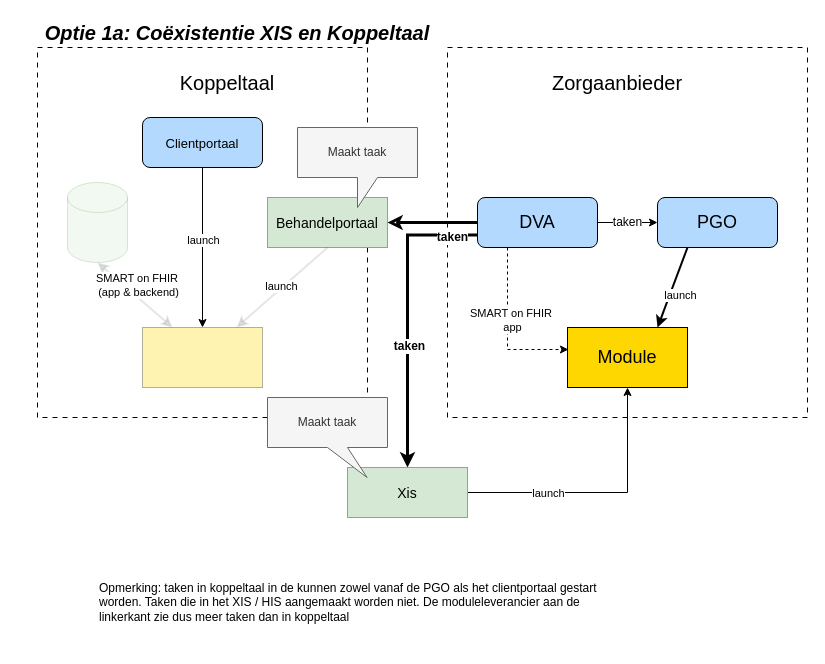
Earlier version of the draw.io diagram input/images/koppeltaal/optie1a.drawio (KoppelMij/koppelmij-designs). Source tidied: cells renumbered, new cells numbered last; positions are measured from the earlier drawing's top-left corner, leaving out a move shared by most shapes. Both pictures are drawn from the tidied source at 100%, with x=0, y=0 at pixel (17, 17).
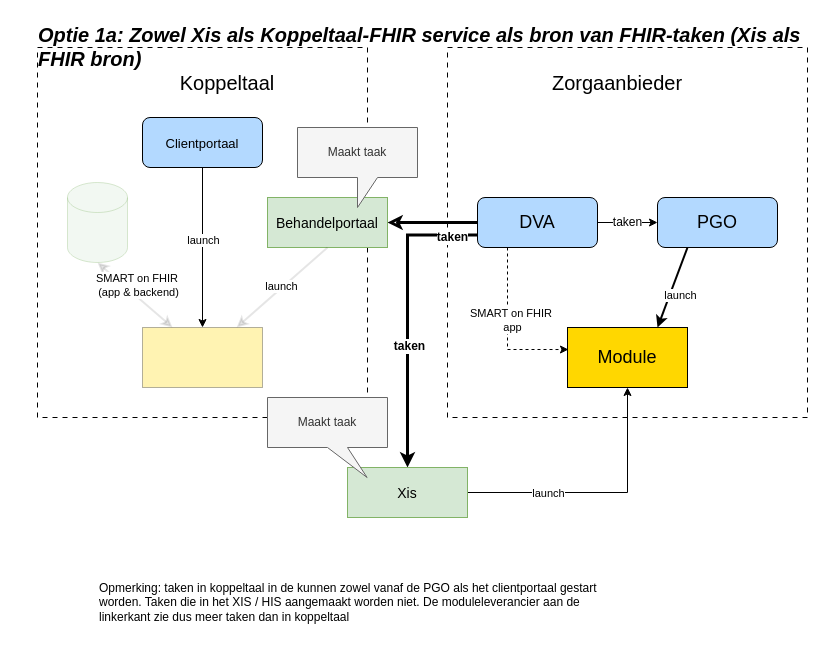
The same page after the edit.

The edit, as a diff of the source:
```diff
@@
-    <mxCell id="29" value="Optie 1a: Coëxistentie&amp;nbsp;XIS en Koppeltaal" style="text;html=1;align=center;verticalAlign=middle;whiteSpace=wrap;rounded=0;fontStyle=3;fontSize=20;" parent="1" vertex="1">
-      <mxGeometry width="440" height="30" as="geometry" />
+    <mxCell id="29" value="Optie 1a: Zowel Xis als Koppeltaal-FHIR service als bron van FHIR-taken (Xis als FHIR bron)" style="text;html=1;align=left;verticalAlign=middle;whiteSpace=wrap;rounded=0;fontStyle=3;fontSize=20;" parent="1" vertex="1">
+      <mxGeometry x="19" y="14" width="770" height="30" as="geometry" />
     </mxCell>
```
